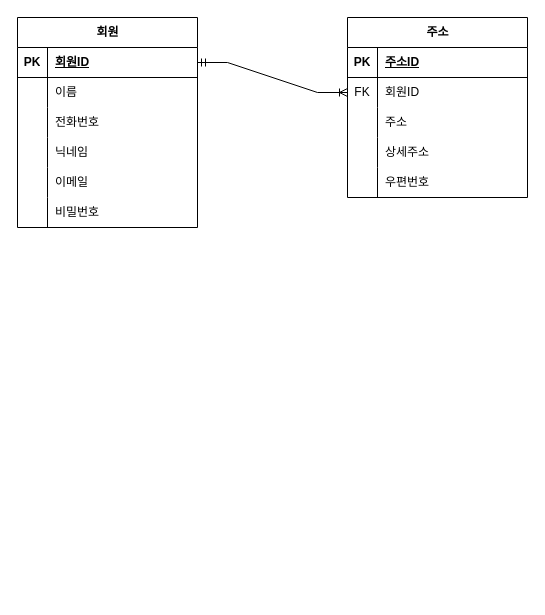
Daeseda/daeseda keeps this draw.io diagram as ERD.drawio. Above is the earlier version. Source tidied: cells renumbered, new cells numbered last; positions are measured from the earlier drawing's top-left corner, leaving out a move shared by most shapes. Both pictures are drawn from the tidied source at 100%, with x=0, y=0 at pixel (17, 17).
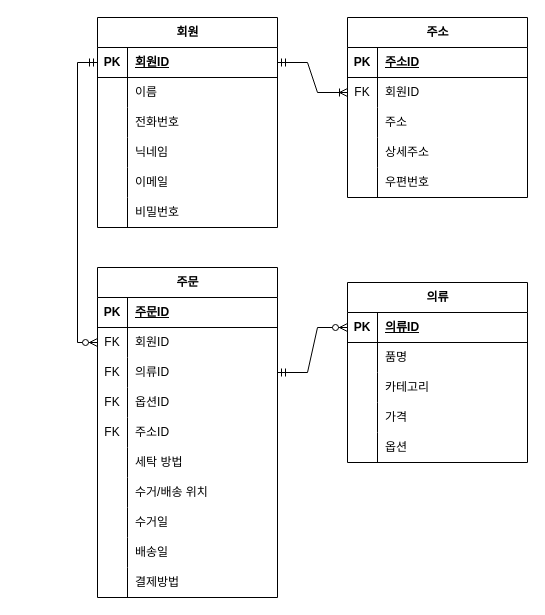
The same diagram, later.

The change refers to these unchanged cells:
```xml
<mxCell id="3" style="shape=tableRow;horizontal=0;startSize=0;swimlaneHead=0;swimlaneBody=0;fillColor=none;points=[[0,0.5],[1,0.5]];portConstraint=eastwest;top=0;left=0;right=0;bottom=1;" parent="2" vertex="1">
  <mxGeometry y="30" width="180" height="30" as="geometry" />
</mxCell>
```

What changed in the source:
```diff
@@
     <mxCell id="2" value="회원" style="shape=table;startSize=30;childLayout=tableLayout;rowLines=0;fontStyle=1;align=center;html=1;" parent="1" vertex="1">
-      <mxGeometry width="180" height="210" as="geometry" />
+      <mxGeometry x="80" width="180" height="210" as="geometry" />
     </mxCell>
@@
+    <mxCell id="38" value="의류" style="shape=table;startSize=30;childLayout=tableLayout;rowLines=0;fontStyle=1;align=center;html=1;" parent="1" vertex="1">
+      <mxGeometry x="330" y="265" width="180" height="180" as="geometry" />
+    </mxCell>
+    <mxCell id="39" style="shape=tableRow;horizontal=0;startSize=0;swimlaneHead=0;swimlaneBody=0;fillColor=none;points=[[0,0.5],[1,0.5]];portConstraint=eastwest;top=0;left=0;right=0;bottom=1;" parent="38" vertex="1">
+      <mxGeometry y="30" width="180" height="30" as="geometry" />
+    </mxCell>
+    <mxCell id="40" value="PK" style="shape=partialRectangle;fillColor=none;top=0;left=0;bottom=0;right=0;fontStyle=1;overflow=hidden;whiteSpace=wrap;html=1;" parent="39" vertex="1">
+      <mxGeometry width="30" height="30" as="geometry" />
+    </mxCell>
+    <mxCell id="41" value="의류ID" style="shape=partialRectangle;fillColor=none;top=0;left=0;bottom=0;right=0;align=left;spacingLeft=6;fontStyle=5;overflow=hidden;whiteSpace=wrap;html=1;" parent="39" vertex="1">
+      <mxGeometry x="30" width="150" height="30" as="geometry" />
+    </mxCell>
+    <mxCell id="42" style="shape=tableRow;horizontal=0;startSize=0;swimlaneHead=0;swimlaneBody=0;fillColor=none;top=0;left=0;right=0;bottom=0;" parent="38" vertex="1">
+      <mxGeometry y="60" width="180" height="30" as="geometry" />
+    </mxCell>
+    <mxCell id="43" style="shape=partialRectangle;fillColor=none;top=0;left=0;bottom=0;right=0;overflow=hidden;whiteSpace=wrap;html=1;" parent="42" vertex="1">
+      <mxGeometry width="30" height="30" as="geometry" />
+    </mxCell>
+    <mxCell id="44" value="품명" style="shape=partialRectangle;fillColor=none;top=0;left=0;bottom=0;right=0;align=left;spacingLeft=6;overflow=hidden;whiteSpace=wrap;html=1;" parent="42" vertex="1">
+      <mxGeometry x="30" width="150" height="30" as="geometry" />
+    </mxCell>
+    <mxCell id="45" style="shape=tableRow;horizontal=0;startSize=0;swimlaneHead=0;swimlaneBody=0;fillColor=none;top=0;left=0;right=0;bottom=0;" parent="38" vertex="1">
+      <mxGeometry y="90" width="180" height="30" as="geometry" />
+    </mxCell>
+    <mxCell id="46" style="shape=partialRectangle;fillColor=none;top=0;left=0;bottom=0;right=0;overflow=hidden;whiteSpace=wrap;html=1;" parent="45" vertex="1">
+      <mxGeometry width="30" height="30" as="geometry" />
+    </mxCell>
+    <mxCell id="47" value="카테고리" style="shape=partialRectangle;fillColor=none;top=0;left=0;bottom=0;right=0;align=left;spacingLeft=6;overflow=hidden;whiteSpace=wrap;html=1;" parent="45" vertex="1">
+      <mxGeometry x="30" width="150" height="30" as="geometry" />
+    </mxCell>
+    <mxCell id="48" style="shape=tableRow;horizontal=0;startSize=0;swimlaneHead=0;swimlaneBody=0;fillColor=none;top=0;left=0;right=0;bottom=0;" parent="38" vertex="1">
+      <mxGeometry y="120" width="180" height="30" as="geometry" />
+    </mxCell>
+    <mxCell id="49" style="shape=partialRectangle;fillColor=none;top=0;left=0;bottom=0;right=0;overflow=hidden;whiteSpace=wrap;html=1;" parent="48" vertex="1">
+      <mxGeometry width="30" height="30" as="geometry" />
+    </mxCell>
+    <mxCell id="50" value="가격" style="shape=partialRectangle;fillColor=none;top=0;left=0;bottom=0;right=0;align=left;spacingLeft=6;overflow=hidden;whiteSpace=wrap;html=1;" parent="48" vertex="1">
+      <mxGeometry x="30" width="150" height="30" as="geometry" />
+    </mxCell>
+    <mxCell id="51" style="shape=tableRow;horizontal=0;startSize=0;swimlaneHead=0;swimlaneBody=0;fillColor=none;top=0;left=0;right=0;bottom=0;" parent="38" vertex="1">
+      <mxGeometry y="150" width="180" height="30" as="geometry" />
+    </mxCell>
+    <mxCell id="52" style="shape=partialRectangle;fillColor=none;top=0;left=0;bottom=0;right=0;overflow=hidden;whiteSpace=wrap;html=1;" parent="51" vertex="1">
+      <mxGeometry width="30" height="30" as="geometry" />
+    </mxCell>
+    <mxCell id="53" value="옵션" style="shape=partialRectangle;fillColor=none;top=0;left=0;bottom=0;right=0;align=left;spacingLeft=6;overflow=hidden;whiteSpace=wrap;html=1;" parent="51" vertex="1">
+      <mxGeometry x="30" width="150" height="30" as="geometry" />
+    </mxCell>
+    <mxCell id="54" value="주문" style="shape=table;startSize=30;childLayout=tableLayout;rowLines=0;fontStyle=1;align=center;html=1;" parent="1" vertex="1">
+      <mxGeometry x="80" y="250" width="180" height="330" as="geometry" />
+    </mxCell>
+    <mxCell id="55" style="shape=tableRow;horizontal=0;startSize=0;swimlaneHead=0;swimlaneBody=0;fillColor=none;top=0;left=0;right=0;bottom=1;" parent="54" vertex="1">
+      <mxGeometry y="30" width="180" height="30" as="geometry" />
+    </mxCell>
+    <mxCell id="56" value="PK" style="shape=partialRectangle;fillColor=none;top=0;left=0;bottom=0;right=0;fontStyle=1;overflow=hidden;whiteSpace=wrap;html=1;" parent="55" vertex="1">
+      <mxGeometry width="30" height="30" as="geometry" />
+    </mxCell>
+    <mxCell id="57" value="주문ID" style="shape=partialRectangle;fillColor=none;top=0;left=0;bottom=0;right=0;align=left;spacingLeft=6;fontStyle=5;overflow=hidden;whiteSpace=wrap;html=1;" parent="55" vertex="1">
+      <mxGeometry x="30" width="150" height="30" as="geometry" />
+    </mxCell>
+    <mxCell id="58" style="shape=tableRow;horizontal=0;startSize=0;swimlaneHead=0;swimlaneBody=0;fillColor=none;top=0;left=0;right=0;bottom=0;" parent="54" vertex="1">
+      <mxGeometry y="60" width="180" height="30" as="geometry" />
+    </mxCell>
+    <mxCell id="59" value="FK" style="shape=partialRectangle;fillColor=none;top=0;left=0;bottom=0;right=0;overflow=hidden;whiteSpace=wrap;html=1;" parent="58" vertex="1">
+      <mxGeometry width="30" height="30" as="geometry" />
+    </mxCell>
+    <mxCell id="60" value="회원ID" style="shape=partialRectangle;fillColor=none;top=0;left=0;bottom=0;right=0;align=left;spacingLeft=6;overflow=hidden;whiteSpace=wrap;html=1;" parent="58" vertex="1">
+      <mxGeometry x="30" width="150" height="30" as="geometry" />
+    </mxCell>
+    <mxCell id="61" style="shape=tableRow;horizontal=0;startSize=0;swimlaneHead=0;swimlaneBody=0;fillColor=none;points=[[0,0.5],[1,0.5]];portConstraint=eastwest;top=0;left=0;right=0;bottom=0;" parent="54" vertex="1">
+      <mxGeometry y="90" width="180" height="30" as="geometry" />
+    </mxCell>
+    <mxCell id="62" value="FK" style="shape=partialRectangle;fillColor=none;top=0;left=0;bottom=0;right=0;overflow=hidden;whiteSpace=wrap;html=1;" parent="61" vertex="1">
+      <mxGeometry width="30" height="30" as="geometry" />
+    </mxCell>
+    <mxCell id="63" value="의류ID" style="shape=partialRectangle;fillColor=none;top=0;left=0;bottom=0;right=0;align=left;spacingLeft=6;overflow=hidden;whiteSpace=wrap;html=1;" parent="61" vertex="1">
+      <mxGeometry x="30" width="150" height="30" as="geometry" />
+    </mxCell>
+    <mxCell id="64" style="shape=tableRow;horizontal=0;startSize=0;swimlaneHead=0;swimlaneBody=0;fillColor=none;top=0;left=0;right=0;bottom=0;" parent="54" vertex="1">
+      <mxGeometry y="120" width="180" height="30" as="geometry" />
+    </mxCell>
+    <mxCell id="65" value="FK" style="shape=partialRectangle;fillColor=none;top=0;left=0;bottom=0;right=0;overflow=hidden;whiteSpace=wrap;html=1;" parent="64" vertex="1">
+      <mxGeometry width="30" height="30" as="geometry" />
+    </mxCell>
+    <mxCell id="66" value="옵션ID" style="shape=partialRectangle;fillColor=none;top=0;left=0;bottom=0;right=0;align=left;spacingLeft=6;overflow=hidden;whiteSpace=wrap;html=1;" parent="64" vertex="1">
+      <mxGeometry x="30" width="150" height="30" as="geometry" />
+    </mxCell>
+    <mxCell id="67" style="shape=tableRow;horizontal=0;startSize=0;swimlaneHead=0;swimlaneBody=0;fillColor=none;top=0;left=0;right=0;bottom=0;" parent="54" vertex="1">
+      <mxGeometry y="150" width="180" height="30" as="geometry" />
+    </mxCell>
+    <mxCell id="68" value="FK" style="shape=partialRectangle;fillColor=none;top=0;left=0;bottom=0;right=0;overflow=hidden;whiteSpace=wrap;html=1;" parent="67" vertex="1">
+      <mxGeometry width="30" height="30" as="geometry" />
+    </mxCell>
+    <mxCell id="69" value="주소ID" style="shape=partialRectangle;fillColor=none;top=0;left=0;bottom=0;right=0;align=left;spacingLeft=6;overflow=hidden;whiteSpace=wrap;html=1;" parent="67" vertex="1">
+      <mxGeometry x="30" width="150" height="30" as="geometry" />
+    </mxCell>
+    <mxCell id="70" style="shape=tableRow;horizontal=0;startSize=0;swimlaneHead=0;swimlaneBody=0;fillColor=none;top=0;left=0;right=0;bottom=0;" parent="54" vertex="1">
+      <mxGeometry y="180" width="180" height="30" as="geometry" />
+    </mxCell>
+    <mxCell id="71" style="shape=partialRectangle;fillColor=none;top=0;left=0;bottom=0;right=0;overflow=hidden;whiteSpace=wrap;html=1;" parent="70" vertex="1">
+      <mxGeometry width="30" height="30" as="geometry" />
+    </mxCell>
+    <mxCell id="72" value="세탁 방법" style="shape=partialRectangle;fillColor=none;top=0;left=0;bottom=0;right=0;align=left;spacingLeft=6;overflow=hidden;whiteSpace=wrap;html=1;" parent="70" vertex="1">
+      <mxGeometry x="30" width="150" height="30" as="geometry" />
+    </mxCell>
+    <mxCell id="73" style="shape=tableRow;horizontal=0;startSize=0;swimlaneHead=0;swimlaneBody=0;fillColor=none;top=0;left=0;right=0;bottom=0;" parent="54" vertex="1">
+      <mxGeometry y="210" width="180" height="30" as="geometry" />
+    </mxCell>
+    <mxCell id="74" style="shape=partialRectangle;fillColor=none;top=0;left=0;bottom=0;right=0;overflow=hidden;whiteSpace=wrap;html=1;" parent="73" vertex="1">
+      <mxGeometry width="30" height="30" as="geometry" />
+    </mxCell>
+    <mxCell id="75" value="수거/배송 위치" style="shape=partialRectangle;fillColor=none;top=0;left=0;bottom=0;right=0;align=left;spacingLeft=6;overflow=hidden;whiteSpace=wrap;html=1;" parent="73" vertex="1">
+      <mxGeometry x="30" width="150" height="30" as="geometry" />
+    </mxCell>
+    <mxCell id="76" style="shape=tableRow;horizontal=0;startSize=0;swimlaneHead=0;swimlaneBody=0;fillColor=none;top=0;left=0;right=0;bottom=0;" parent="54" vertex="1">
+      <mxGeometry y="240" width="180" height="30" as="geometry" />
+    </mxCell>
+    <mxCell id="77" style="shape=partialRectangle;fillColor=none;top=0;left=0;bottom=0;right=0;overflow=hidden;whiteSpace=wrap;html=1;" parent="76" vertex="1">
+      <mxGeometry width="30" height="30" as="geometry" />
+    </mxCell>
+    <mxCell id="78" value="수거일" style="shape=partialRectangle;fillColor=none;top=0;left=0;bottom=0;right=0;align=left;spacingLeft=6;overflow=hidden;whiteSpace=wrap;html=1;" parent="76" vertex="1">
+      <mxGeometry x="30" width="150" height="30" as="geometry" />
+    </mxCell>
+    <mxCell id="79" style="shape=tableRow;horizontal=0;startSize=0;swimlaneHead=0;swimlaneBody=0;fillColor=none;top=0;left=0;right=0;bottom=0;" parent="54" vertex="1">
+      <mxGeometry y="270" width="180" height="30" as="geometry" />
+    </mxCell>
+    <mxCell id="80" style="shape=partialRectangle;fillColor=none;top=0;left=0;bottom=0;right=0;overflow=hidden;whiteSpace=wrap;html=1;" parent="79" vertex="1">
+      <mxGeometry width="30" height="30" as="geometry" />
+    </mxCell>
+    <mxCell id="81" value="배송일" style="shape=partialRectangle;fillColor=none;top=0;left=0;bottom=0;right=0;align=left;spacingLeft=6;overflow=hidden;whiteSpace=wrap;html=1;" parent="79" vertex="1">
+      <mxGeometry x="30" width="150" height="30" as="geometry" />
+    </mxCell>
+    <mxCell id="82" style="shape=tableRow;horizontal=0;startSize=0;swimlaneHead=0;swimlaneBody=0;fillColor=none;top=0;left=0;right=0;bottom=0;" parent="54" vertex="1">
+      <mxGeometry y="300" width="180" height="30" as="geometry" />
+    </mxCell>
+    <mxCell id="83" style="shape=partialRectangle;fillColor=none;top=0;left=0;bottom=0;right=0;overflow=hidden;whiteSpace=wrap;html=1;" parent="82" vertex="1">
+      <mxGeometry width="30" height="30" as="geometry" />
+    </mxCell>
+    <mxCell id="84" value="결제방법" style="shape=partialRectangle;fillColor=none;top=0;left=0;bottom=0;right=0;align=left;spacingLeft=6;overflow=hidden;whiteSpace=wrap;html=1;" parent="82" vertex="1">
+      <mxGeometry x="30" width="150" height="30" as="geometry" />
+    </mxCell>
+    <mxCell id="85" style="edgeStyle=orthogonalEdgeStyle;fontSize=12;html=1;endArrow=ERzeroToMany;startArrow=ERmandOne;rounded=0;exitX=0;exitY=0.5;exitDx=0;exitDy=0;" parent="1" edge="1" source="3">
+      <mxGeometry relative="1" as="geometry">
+        <mxPoint x="80" y="325" as="targetPoint" />
+        <Array as="points">
+          <mxPoint x="60" y="45" />
+          <mxPoint x="60" y="325" />
+        </Array>
+      </mxGeometry>
+    </mxCell>
+    <mxCell id="86" style="edgeStyle=entityRelationEdgeStyle;fontSize=12;html=1;endArrow=ERzeroToMany;startArrow=ERmandOne;rounded=0;exitX=1;exitY=0.5;exitDx=0;exitDy=0;entryX=0;entryY=0.5;entryDx=0;entryDy=0;" parent="1" edge="1" source="61" target="39">
+      <mxGeometry relative="1" as="geometry" />
+    </mxCell>
```
